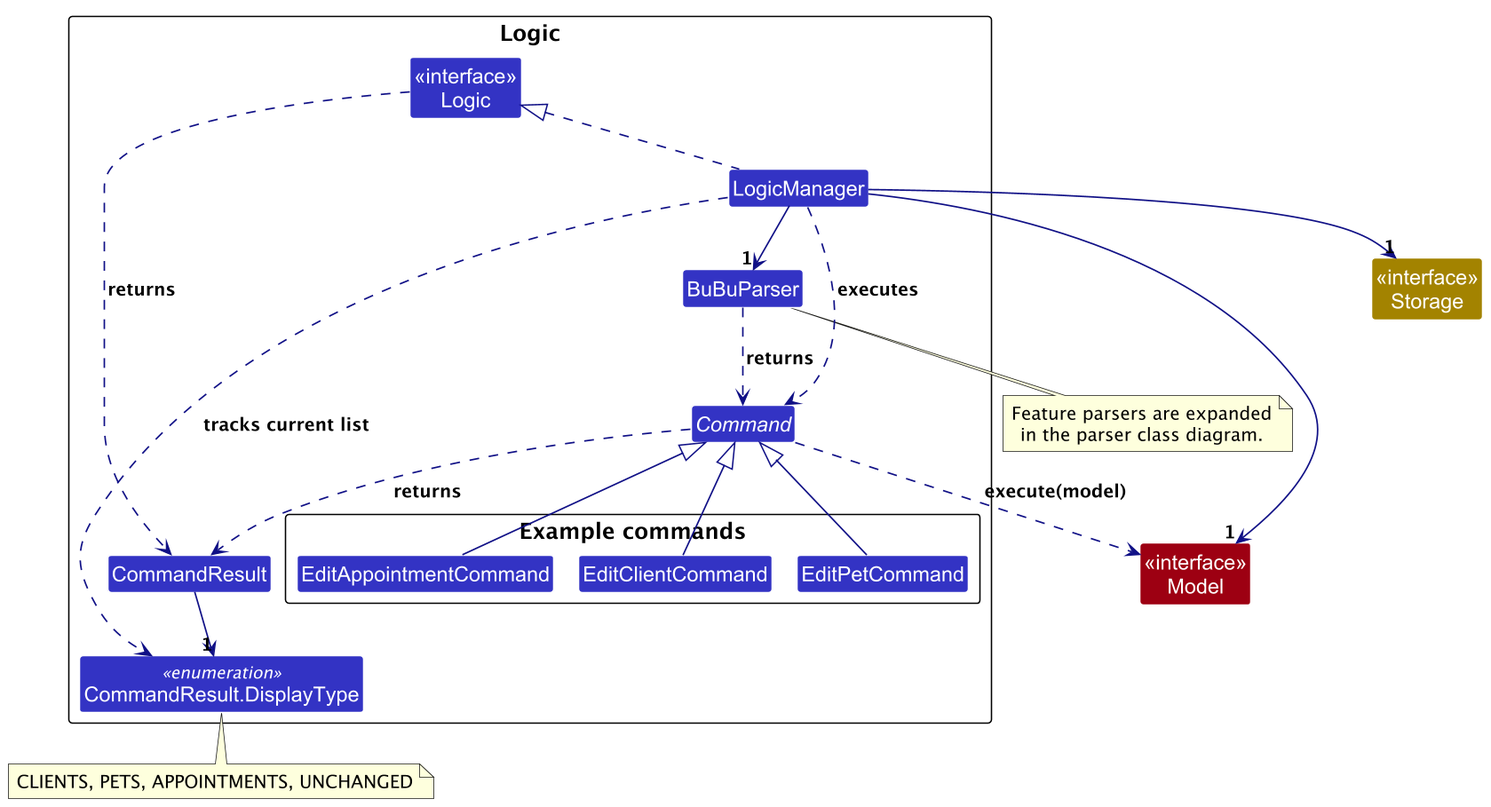
The PlantUML diagram docs/images/LogicClassDiagram.png in 0218hy/tp, before a commit. Its diagram source:
```plantuml
@startuml
!pragma layout smetana
!include style.puml
skinparam dpi 150
skinparam arrowThickness 1.1
skinparam arrowColor LOGIC_COLOR_T4
skinparam classBackgroundColor LOGIC_COLOR

package Logic as LogicPackage {
    class "<<interface>>\nLogic" as Logic
    class LogicManager
    class BuBuParser
    abstract class Command
    class CommandResult
    enum "CommandResult.DisplayType" as DisplayType <<enumeration>>

    package "Example commands" {
        class EditClientCommand
        class EditPetCommand
        class EditAppointmentCommand
    }
}

class "<<interface>>\nModel" as Model MODEL_COLOR
class "<<interface>>\nStorage" as Storage STORAGE_COLOR

LogicManager .up.|> Logic
LogicManager --> "1" BuBuParser
LogicManager --> "1" Model
LogicManager --> "1" Storage
LogicManager ..> Command : executes
BuBuParser ..> Command : returns
Command ..> Model : execute(model)
Command ..> CommandResult : returns
Logic ..> CommandResult : returns
CommandResult --> "1" DisplayType
LogicManager ..> DisplayType : tracks current list

EditClientCommand -up-|> Command
EditPetCommand -up-|> Command
EditAppointmentCommand -up-|> Command

note bottom of BuBuParser
  Feature parsers are expanded
  in the parser class diagram.
end note

note bottom of DisplayType
  CLIENTS, PETS, APPOINTMENTS, UNCHANGED
end note
@enduml
```
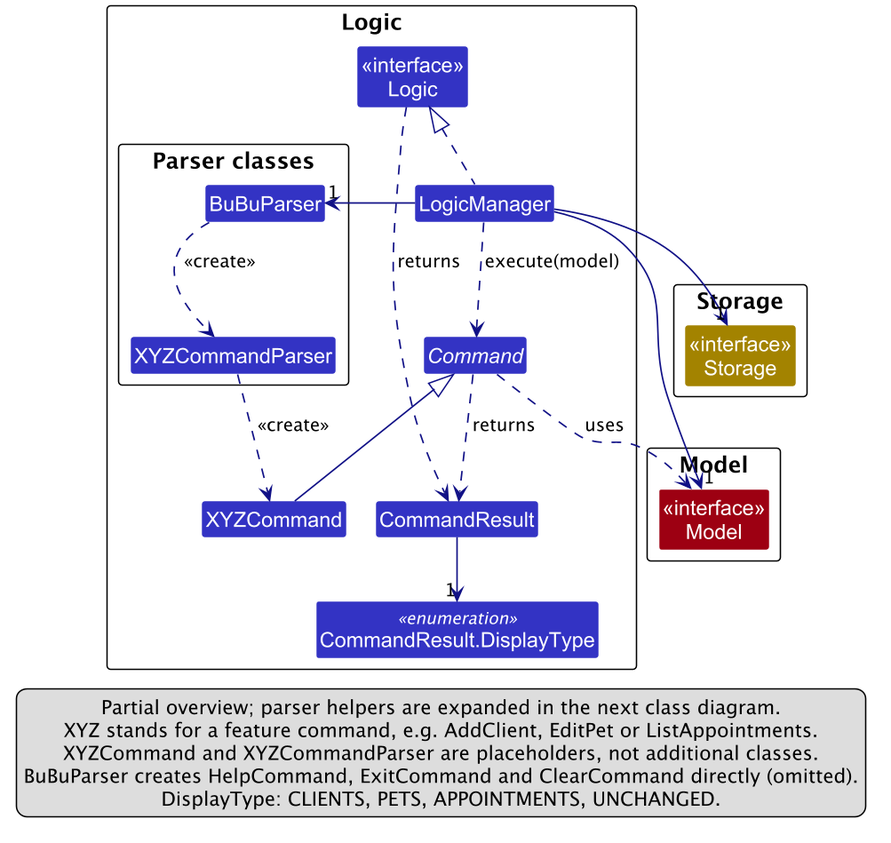
After the commit.

Commit message:
Align Logic and parser diagrams with representative command structure

What changed in the source:
```diff
@@ -4,48 +4,49 @@
 skinparam dpi 150
 skinparam arrowThickness 1.1
 skinparam arrowColor LOGIC_COLOR_T4
+skinparam ArrowFontStyle plain
 skinparam classBackgroundColor LOGIC_COLOR
 
 package Logic as LogicPackage {
     class "<<interface>>\nLogic" as Logic
     class LogicManager
-    class BuBuParser
+
+    package "Parser classes" as ParserClasses {
+        class BuBuParser
+        class XYZCommandParser
+    }
+
     abstract class Command
+    class XYZCommand
     class CommandResult
     enum "CommandResult.DisplayType" as DisplayType <<enumeration>>
-
-    package "Example commands" {
-        class EditClientCommand
-        class EditPetCommand
-        class EditAppointmentCommand
-    }
 }
 
-class "<<interface>>\nModel" as Model MODEL_COLOR
-class "<<interface>>\nStorage" as Storage STORAGE_COLOR
+package Model as ModelPackage {
+    class "<<interface>>\nModel" as Model MODEL_COLOR
+}
+package Storage as StoragePackage {
+    class "<<interface>>\nStorage" as Storage STORAGE_COLOR
+}
 
 LogicManager .up.|> Logic
-LogicManager --> "1" BuBuParser
+LogicManager -right-> "1" BuBuParser
+BuBuParser ..> XYZCommandParser : <<create>>
+XYZCommandParser ..> XYZCommand : <<create>>
+XYZCommand -up-|> Command
+LogicManager ..> Command : execute(model)
+Command ..> Model : uses
+Command ..> CommandResult : returns
 LogicManager --> "1" Model
 LogicManager --> "1" Storage
-LogicManager ..> Command : executes
-BuBuParser ..> Command : returns
-Command ..> Model : execute(model)
-Command ..> CommandResult : returns
 Logic ..> CommandResult : returns
 CommandResult --> "1" DisplayType
-LogicManager ..> DisplayType : tracks current list
 
-EditClientCommand -up-|> Command
-EditPetCommand -up-|> Command
-EditAppointmentCommand -up-|> Command
-
-note bottom of BuBuParser
-  Feature parsers are expanded
-  in the parser class diagram.
-end note
-
-note bottom of DisplayType
-  CLIENTS, PETS, APPOINTMENTS, UNCHANGED
-end note
+legend bottom
+  Partial overview; parser helpers are expanded in the next class diagram.
+  XYZ stands for a feature command, e.g. AddClient, EditPet or ListAppointments.
+  XYZCommand and XYZCommandParser are placeholders, not additional classes.
+  BuBuParser creates HelpCommand, ExitCommand and ClearCommand directly (omitted).
+  DisplayType: CLIENTS, PETS, APPOINTMENTS, UNCHANGED.
+endlegend
 @enduml
```
